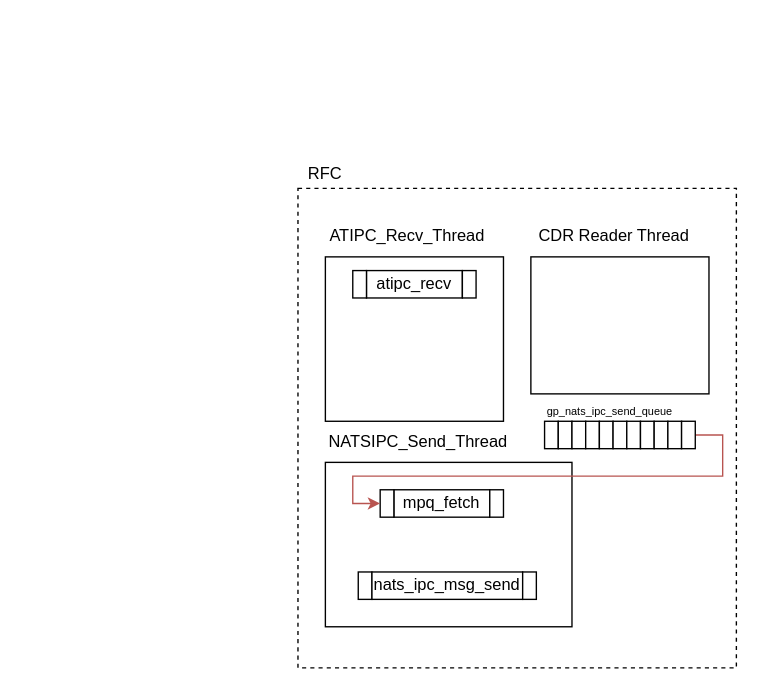
Before: RFC.drawio in JaeHyeon774/NEWTIL, a draw.io diagram. Source tidied: cells renumbered, new cells numbered last; positions are measured from the earlier drawing's top-left corner, leaving out a move shared by most shapes. Both pictures are drawn from the tidied source at 137%, with x=0, y=0 at pixel (297, 160).
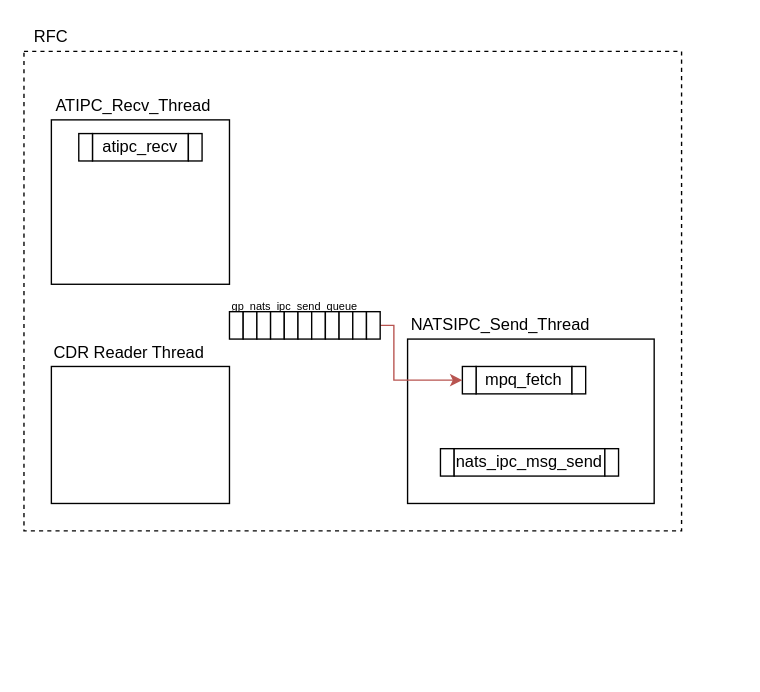
Above is the later version.

The change refers to these unchanged cells:
```xml
<mxCell id="15" style="rounded=0;whiteSpace=wrap;html=1;" parent="12" vertex="1">
  <mxGeometry width="10" height="20" as="geometry" />
</mxCell>
```

Change to the diagram source:
```diff
@@
     <mxCell id="2" style="rounded=0;whiteSpace=wrap;html=1;dashed=1;perimeterSpacing=1;strokeWidth=1;" parent="1" vertex="1">
-      <mxGeometry y="20" width="320" height="350" as="geometry" />
+      <mxGeometry x="-200" y="-80" width="480" height="350" as="geometry" />
     </mxCell>
     <mxCell id="3" value="RFC" style="text;html=1;align=center;verticalAlign=middle;whiteSpace=wrap;rounded=0;" parent="1" vertex="1">
-      <mxGeometry width="40" height="20" as="geometry" />
+      <mxGeometry x="-200" y="-100" width="40" height="20" as="geometry" />
     </mxCell>
     <mxCell id="4" style="rounded=0;whiteSpace=wrap;html=1;" parent="1" vertex="1">
-      <mxGeometry x="20" y="70" width="130" height="120" as="geometry" />
+      <mxGeometry x="-180" y="-30" width="130" height="120" as="geometry" />
     </mxCell>
     <mxCell id="5" value="ATIPC_Recv_Thread" style="text;html=1;align=center;verticalAlign=middle;whiteSpace=wrap;rounded=0;" parent="1" vertex="1">
-      <mxGeometry x="20" y="40" width="120" height="30" as="geometry" />
+      <mxGeometry x="-180" y="-50" width="120" height="20" as="geometry" />
     </mxCell>
     <mxCell id="6" style="group;" parent="1" vertex="1">
-      <mxGeometry x="40" y="80" width="90" height="20" as="geometry" />
+      <mxGeometry x="-160" y="-20" width="90" height="20" as="geometry" />
     </mxCell>
@@
     <mxCell id="10" style="rounded=0;whiteSpace=wrap;html=1;" parent="1" vertex="1">
-      <mxGeometry x="20" y="220" width="180" height="120" as="geometry" />
+      <mxGeometry x="80" y="130" width="180" height="120" as="geometry" />
     </mxCell>
     <mxCell id="11" value="NATSIPC_Send_Thread" style="text;html=1;align=center;verticalAlign=middle;whiteSpace=wrap;rounded=0;" parent="1" vertex="1">
-      <mxGeometry x="20" y="190" width="136" height="30" as="geometry" />
+      <mxGeometry x="80" y="110" width="136" height="20" as="geometry" />
     </mxCell>
     <mxCell id="12" style="group;" parent="1" vertex="1">
-      <mxGeometry x="60" y="240" width="90" height="20" as="geometry" />
+      <mxGeometry x="120" y="150" width="90" height="20" as="geometry" />
     </mxCell>
@@
     <mxCell id="16" style="group;" parent="1" vertex="1">
-      <mxGeometry x="44" y="300" width="130" height="20" as="geometry" />
+      <mxGeometry x="104" y="210" width="130" height="20" as="geometry" />
     </mxCell>
@@
+    <mxCell id="21" value="&lt;font style=&quot;font-size: 8px;&quot;&gt;gp_nats_ipc_send_queue&lt;/font&gt;" style="text;html=1;align=left;verticalAlign=middle;whiteSpace=wrap;rounded=0;" parent="1" vertex="1">
+      <mxGeometry x="-50" y="100" width="106" height="10" as="geometry" />
+    </mxCell>
+    <mxCell id="31" style="edgeStyle=orthogonalEdgeStyle;rounded=0;jettySize=auto;html=1;exitX=1;exitY=0.5;exitDx=0;exitDy=0;entryX=0;entryY=0.5;entryDx=0;entryDy=0;fillColor=#f8cecc;strokeColor=#b85450;" parent="1" edge="1" source="32" target="15">
+      <mxGeometry relative="1" as="geometry">
+        <Array as="points">
+          <mxPoint x="70" y="120" />
+          <mxPoint x="70" y="160" />
+        </Array>
+      </mxGeometry>
+    </mxCell>
+    <mxCell id="33" value="CDR Reader Thread" style="text;html=1;align=left;verticalAlign=middle;whiteSpace=wrap;rounded=0;" parent="1" vertex="1">
+      <mxGeometry x="-180" y="130" width="130" height="20" as="geometry" />
+    </mxCell>
+    <mxCell id="34" style="rounded=0;whiteSpace=wrap;html=1;" parent="1" vertex="1">
+      <mxGeometry x="-180" y="150" width="130" height="100" as="geometry" />
+    </mxCell>
+    <mxCell id="35" style="group;" parent="1" vertex="1">
+      <mxGeometry x="-50" y="110" width="110" height="20" as="geometry" />
+    </mxCell>
-    <mxCell id="20" style="rounded=0;whiteSpace=wrap;html=1;" parent="1" vertex="1">
-      <mxGeometry x="180" y="190" width="10" height="20" as="geometry" />
+    <mxCell id="20" style="rounded=0;whiteSpace=wrap;html=1;" parent="35" vertex="1">
+      <mxGeometry width="10" height="20" as="geometry" />
     </mxCell>
-    <mxCell id="21" value="&lt;font style=&quot;font-size: 8px;&quot;&gt;gp_nats_ipc_send_queue&lt;/font&gt;" style="text;html=1;align=left;verticalAlign=middle;whiteSpace=wrap;rounded=0;" parent="1" vertex="1">
-      <mxGeometry x="180" y="177" width="106" height="10" as="geometry" />
-    </mxCell>
-    <mxCell id="22" style="rounded=0;whiteSpace=wrap;html=1;" parent="1" vertex="1">
-      <mxGeometry x="190" y="190" width="10" height="20" as="geometry" />
+    <mxCell id="22" style="rounded=0;whiteSpace=wrap;html=1;" parent="35" vertex="1">
+      <mxGeometry x="10" width="10" height="20" as="geometry" />
     </mxCell>
-    <mxCell id="23" style="rounded=0;whiteSpace=wrap;html=1;" parent="1" vertex="1">
-      <mxGeometry x="200" y="190" width="10" height="20" as="geometry" />
+    <mxCell id="23" style="rounded=0;whiteSpace=wrap;html=1;" parent="35" vertex="1">
+      <mxGeometry x="20" width="10" height="20" as="geometry" />
     </mxCell>
-    <mxCell id="24" style="rounded=0;whiteSpace=wrap;html=1;" parent="1" vertex="1">
-      <mxGeometry x="210" y="190" width="10" height="20" as="geometry" />
+    <mxCell id="24" style="rounded=0;whiteSpace=wrap;html=1;" parent="35" vertex="1">
+      <mxGeometry x="30" width="10" height="20" as="geometry" />
     </mxCell>
-    <mxCell id="25" style="rounded=0;whiteSpace=wrap;html=1;" parent="1" vertex="1">
-      <mxGeometry x="220" y="190" width="10" height="20" as="geometry" />
+    <mxCell id="25" style="rounded=0;whiteSpace=wrap;html=1;" parent="35" vertex="1">
+      <mxGeometry x="40" width="10" height="20" as="geometry" />
     </mxCell>
-    <mxCell id="26" style="rounded=0;whiteSpace=wrap;html=1;" parent="1" vertex="1">
-      <mxGeometry x="230" y="190" width="10" height="20" as="geometry" />
+    <mxCell id="26" style="rounded=0;whiteSpace=wrap;html=1;" parent="35" vertex="1">
+      <mxGeometry x="50" width="10" height="20" as="geometry" />
     </mxCell>
-    <mxCell id="27" style="rounded=0;whiteSpace=wrap;html=1;" parent="1" vertex="1">
-      <mxGeometry x="240" y="190" width="10" height="20" as="geometry" />
+    <mxCell id="27" style="rounded=0;whiteSpace=wrap;html=1;" parent="35" vertex="1">
+      <mxGeometry x="60" width="10" height="20" as="geometry" />
     </mxCell>
-    <mxCell id="28" style="rounded=0;whiteSpace=wrap;html=1;" parent="1" vertex="1">
-      <mxGeometry x="250" y="190" width="10" height="20" as="geometry" />
+    <mxCell id="28" style="rounded=0;whiteSpace=wrap;html=1;" parent="35" vertex="1">
+      <mxGeometry x="70" width="10" height="20" as="geometry" />
     </mxCell>
-    <mxCell id="29" style="rounded=0;whiteSpace=wrap;html=1;" parent="1" vertex="1">
-      <mxGeometry x="260" y="190" width="10" height="20" as="geometry" />
+    <mxCell id="29" style="rounded=0;whiteSpace=wrap;html=1;" parent="35" vertex="1">
+      <mxGeometry x="80" width="10" height="20" as="geometry" />
     </mxCell>
-    <mxCell id="30" style="rounded=0;whiteSpace=wrap;html=1;" parent="1" vertex="1">
-      <mxGeometry x="270" y="190" width="10" height="20" as="geometry" />
+    <mxCell id="30" style="rounded=0;whiteSpace=wrap;html=1;" parent="35" vertex="1">
+      <mxGeometry x="90" width="10" height="20" as="geometry" />
     </mxCell>
-    <mxCell id="31" style="edgeStyle=orthogonalEdgeStyle;rounded=0;jettySize=auto;html=1;exitX=1;exitY=0.5;exitDx=0;exitDy=0;entryX=0;entryY=0.5;entryDx=0;entryDy=0;fillColor=#f8cecc;strokeColor=#b85450;" parent="1" edge="1" source="32" target="15">
-      <mxGeometry relative="1" as="geometry">
-        <Array as="points">
-          <mxPoint x="310" y="200" />
-          <mxPoint x="310" y="230" />
-          <mxPoint x="40" y="230" />
-          <mxPoint x="40" y="250" />
-        </Array>
-      </mxGeometry>
-    </mxCell>
-    <mxCell id="32" style="rounded=0;whiteSpace=wrap;html=1;" parent="1" vertex="1">
-      <mxGeometry x="280" y="190" width="10" height="20" as="geometry" />
+    <mxCell id="32" style="rounded=0;whiteSpace=wrap;html=1;" parent="35" vertex="1">
+      <mxGeometry x="100" width="10" height="20" as="geometry" />
     </mxCell>
-    <mxCell id="33" value="CDR Reader Thread" style="text;html=1;align=left;verticalAlign=middle;whiteSpace=wrap;rounded=0;" parent="1" vertex="1">
-      <mxGeometry x="174" y="40" width="130" height="30" as="geometry" />
-    </mxCell>
-    <mxCell id="34" style="rounded=0;whiteSpace=wrap;html=1;" parent="1" vertex="1">
-      <mxGeometry x="170" y="70" width="130" height="100" as="geometry" />
-    </mxCell>
```
